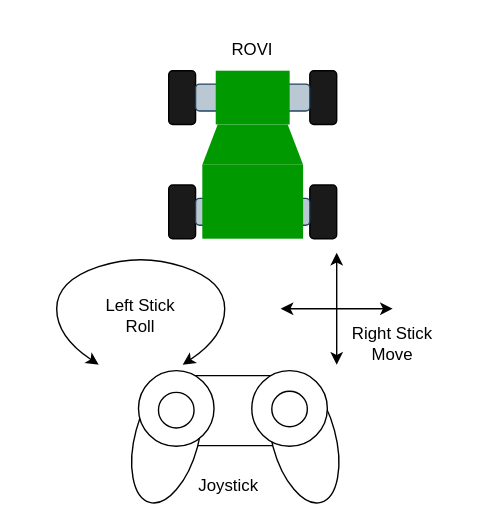
Roblibs/rovi_ros_ws keeps this draw.io diagram as docs/joystick_control.drawio.svg. Above is the earlier version. Source tidied: cells renumbered, new cells last; positions are measured from the earlier drawing's top-left corner, leaving out a move shared by most shapes. Source of this version:
```xml
<mxGraphModel>
  <root>
    <mxCell id="0" />
    <mxCell id="1" parent="0" />
    <mxCell id="2" style="rounded=0;whiteSpace=wrap;html=1;strokeColor=none;" parent="1" vertex="1">
      <mxGeometry width="350" height="380" as="geometry" />
    </mxCell>
    <mxCell id="3" style="group;" parent="1" vertex="1">
      <mxGeometry x="120" y="50" width="120" height="120" as="geometry" />
    </mxCell>
    <mxCell id="4" style="shape=trapezoid;perimeter=trapezoidPerimeter;whiteSpace=wrap;html=1;fixedSize=1;strokeColor=none;fillColor=#009900;size=11;" parent="3" vertex="1">
      <mxGeometry x="24" y="38.4" width="72" height="28.8" as="geometry" />
    </mxCell>
    <mxCell id="5" style="rounded=1;whiteSpace=wrap;html=1;strokeColor=default;fillColor=#1A1A1A;fontColor=#ffffff;" parent="3" vertex="1">
      <mxGeometry x="100.8" y="81.6" width="19.2" height="38.4" as="geometry" />
    </mxCell>
    <mxCell id="6" style="rounded=1;whiteSpace=wrap;html=1;strokeColor=default;fillColor=#1A1A1A;fontColor=#ffffff;" parent="3" vertex="1">
      <mxGeometry x="100.8" width="19.2" height="38.4" as="geometry" />
    </mxCell>
    <mxCell id="7" style="rounded=1;whiteSpace=wrap;html=1;strokeColor=default;fillColor=#1A1A1A;fontColor=#ffffff;" parent="3" vertex="1">
      <mxGeometry y="81.6" width="19.2" height="38.4" as="geometry" />
    </mxCell>
    <mxCell id="8" style="rounded=1;whiteSpace=wrap;html=1;strokeColor=default;fillColor=#1A1A1A;fontColor=#ffffff;" parent="3" vertex="1">
      <mxGeometry width="19.2" height="38.4" as="geometry" />
    </mxCell>
    <mxCell id="9" style="rounded=1;whiteSpace=wrap;html=1;strokeColor=#23445d;fillColor=#bac8d3;" parent="3" vertex="1">
      <mxGeometry x="19.2" y="9.6" width="81.6" height="19.2" as="geometry" />
    </mxCell>
    <mxCell id="10" style="rounded=1;whiteSpace=wrap;html=1;strokeColor=#23445d;fillColor=#bac8d3;" parent="3" vertex="1">
      <mxGeometry x="19.2" y="91.2" width="81.6" height="19.2" as="geometry" />
    </mxCell>
    <mxCell id="11" style="rounded=0;whiteSpace=wrap;html=1;strokeColor=none;fillColor=#009900;" parent="3" vertex="1">
      <mxGeometry x="33.6" width="52.8" height="38.4" as="geometry" />
    </mxCell>
    <mxCell id="12" style="rounded=0;whiteSpace=wrap;html=1;strokeColor=none;fillColor=#009900;" parent="3" vertex="1">
      <mxGeometry x="24" y="67.2" width="72" height="52.8" as="geometry" />
    </mxCell>
    <mxCell id="13" value="ROVI" style="text;html=1;align=center;verticalAlign=middle;whiteSpace=wrap;rounded=0;" parent="1" vertex="1">
      <mxGeometry x="150" y="20" width="60" height="30" as="geometry" />
    </mxCell>
    <mxCell id="14" style="group;" parent="1" vertex="1">
      <mxGeometry x="85.1" y="260" width="164.9" height="106.9" as="geometry" />
    </mxCell>
    <mxCell id="15" style="rounded=1;whiteSpace=wrap;html=1;" parent="14" vertex="1">
      <mxGeometry x="40.3" y="7.8" width="80.9" height="50" as="geometry" />
    </mxCell>
    <mxCell id="16" style="ellipse;whiteSpace=wrap;html=1;rotation=75;" parent="14" vertex="1">
      <mxGeometry x="84.1" y="30.1" width="94.4" height="45.4" as="geometry" />
    </mxCell>
    <mxCell id="17" style="ellipse;whiteSpace=wrap;html=1;rotation=105;" parent="14" vertex="1">
      <mxGeometry x="-13.7" y="30.1" width="94.4" height="45.4" as="geometry" />
    </mxCell>
    <mxCell id="18" style="ellipse;whiteSpace=wrap;html=1;" parent="14" vertex="1">
      <mxGeometry x="13.3" y="4.3" width="54" height="54" as="geometry" />
    </mxCell>
    <mxCell id="19" style="ellipse;whiteSpace=wrap;html=1;" parent="14" vertex="1">
      <mxGeometry x="94.2" y="4.3" width="54" height="54" as="geometry" />
    </mxCell>
    <mxCell id="20" value="Joystick" style="text;html=1;align=center;verticalAlign=middle;whiteSpace=wrap;rounded=0;" parent="14" vertex="1">
      <mxGeometry x="40.3" y="67.7" width="76.2" height="39.2" as="geometry" />
    </mxCell>
    <mxCell id="21" style="ellipse;whiteSpace=wrap;html=1;" parent="14" vertex="1">
      <mxGeometry x="27.6" y="19.8" width="25.4" height="25.4" as="geometry" />
    </mxCell>
    <mxCell id="22" style="ellipse;whiteSpace=wrap;html=1;" parent="14" vertex="1">
      <mxGeometry x="108.5" y="18.9" width="25.4" height="25.4" as="geometry" />
    </mxCell>
    <mxCell id="23" style="curved=1;endArrow=classic;html=1;startArrow=classic;startFill=1;" parent="1" edge="1">
      <mxGeometry relative="1" as="geometry">
        <mxPoint x="70" y="260" as="sourcePoint" />
        <mxPoint x="130" y="260" as="targetPoint" />
        <Array as="points">
          <mxPoint x="40" y="240" />
          <mxPoint x="40" y="200" />
          <mxPoint x="100" y="180" />
          <mxPoint x="160" y="200" />
          <mxPoint x="160" y="240" />
        </Array>
      </mxGeometry>
    </mxCell>
    <mxCell id="24" style="endArrow=classic;startArrow=classic;html=1;" parent="1" edge="1">
      <mxGeometry relative="1" as="geometry">
        <mxPoint x="200" y="220" as="sourcePoint" />
        <mxPoint x="280" y="220" as="targetPoint" />
      </mxGeometry>
    </mxCell>
    <mxCell id="25" style="endArrow=classic;startArrow=classic;html=1;" parent="1" edge="1">
      <mxGeometry relative="1" as="geometry">
        <mxPoint x="240" y="260" as="sourcePoint" />
        <mxPoint x="240" y="180" as="targetPoint" />
      </mxGeometry>
    </mxCell>
    <mxCell id="26" value="Left Stick&lt;div&gt;Roll&lt;/div&gt;" style="text;html=1;align=center;verticalAlign=middle;whiteSpace=wrap;rounded=0;" parent="1" vertex="1">
      <mxGeometry x="70" y="210" width="60" height="30" as="geometry" />
    </mxCell>
    <mxCell id="27" value="Right Stick&lt;div&gt;Move&lt;/div&gt;" style="text;html=1;align=center;verticalAlign=middle;whiteSpace=wrap;rounded=0;" parent="1" vertex="1">
      <mxGeometry x="250" y="230" width="60" height="30" as="geometry" />
    </mxCell>
  </root>
</mxGraphModel>
```
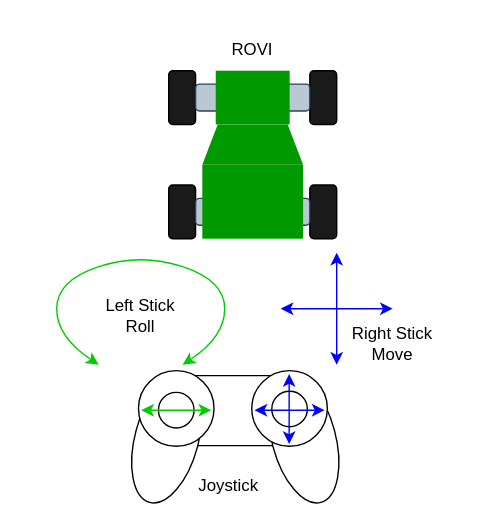
Later version of the same file.

The edit, as a diff of the source:
```diff
@@ -65,7 +65,25 @@
     <mxCell id="22" style="ellipse;whiteSpace=wrap;html=1;" parent="14" vertex="1">
       <mxGeometry x="108.5" y="18.9" width="25.4" height="25.4" as="geometry" />
     </mxCell>
+    <mxCell id="28" style="endArrow=classic;startArrow=classic;html=1;strokeColor=#00CC00;" parent="14" edge="1">
+      <mxGeometry relative="1" as="geometry">
+        <mxPoint x="15.3" y="32.5" as="sourcePoint" />
+        <mxPoint x="65.3" y="32.5" as="targetPoint" />
+      </mxGeometry>
+    </mxCell>
+    <mxCell id="29" style="endArrow=classic;startArrow=classic;html=1;strokeColor=#0000FF;" parent="14" edge="1">
+      <mxGeometry relative="1" as="geometry">
+        <mxPoint x="96.2" y="32.5" as="sourcePoint" />
+        <mxPoint x="146.2" y="32.5" as="targetPoint" />
+      </mxGeometry>
+    </mxCell>
+    <mxCell id="30" style="endArrow=classic;startArrow=classic;html=1;strokeColor=#0000FF;" parent="14" edge="1">
+      <mxGeometry relative="1" as="geometry">
+        <mxPoint x="120.9" y="56.6" as="sourcePoint" />
+        <mxPoint x="120.9" y="6.6" as="targetPoint" />
+      </mxGeometry>
+    </mxCell>
-    <mxCell id="23" style="curved=1;endArrow=classic;html=1;startArrow=classic;startFill=1;" parent="1" edge="1">
+    <mxCell id="23" style="curved=1;endArrow=classic;html=1;startArrow=classic;startFill=1;strokeColor=#00CC00;" parent="1" edge="1">
       <mxGeometry relative="1" as="geometry">
         <mxPoint x="70" y="260" as="sourcePoint" />
         <mxPoint x="130" y="260" as="targetPoint" />
@@ -78,13 +96,13 @@
         </Array>
       </mxGeometry>
     </mxCell>
-    <mxCell id="24" style="endArrow=classic;startArrow=classic;html=1;" parent="1" edge="1">
+    <mxCell id="24" style="endArrow=classic;startArrow=classic;html=1;strokeColor=#0000FF;" parent="1" edge="1">
       <mxGeometry relative="1" as="geometry">
         <mxPoint x="200" y="220" as="sourcePoint" />
         <mxPoint x="280" y="220" as="targetPoint" />
       </mxGeometry>
     </mxCell>
-    <mxCell id="25" style="endArrow=classic;startArrow=classic;html=1;" parent="1" edge="1">
+    <mxCell id="25" style="endArrow=classic;startArrow=classic;html=1;strokeColor=#0000FF;" parent="1" edge="1">
       <mxGeometry relative="1" as="geometry">
         <mxPoint x="240" y="260" as="sourcePoint" />
         <mxPoint x="240" y="180" as="targetPoint" />
```
